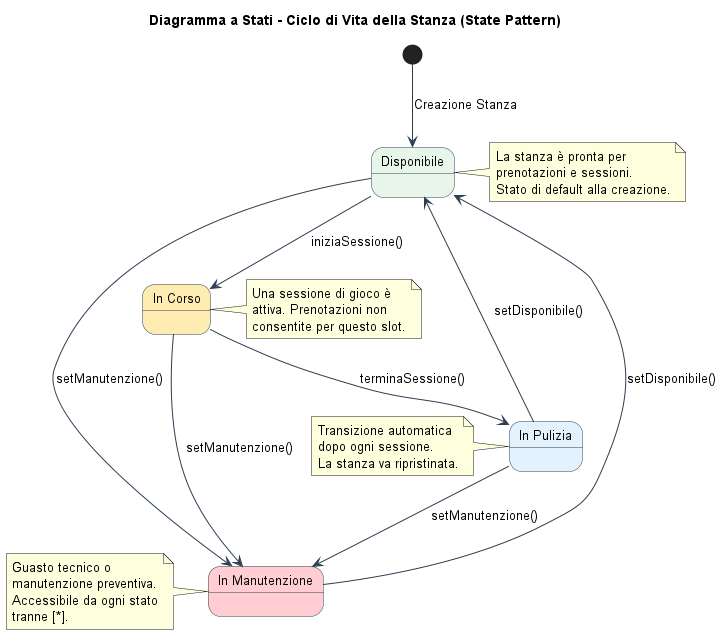
Adrycasta04/EscapeManager keeps this PlantUML diagram as LaTeX/images/state_machine_room.png. Above is the earlier version. Source of this version:
```plantuml
@startuml state_machine_room

title Diagramma a Stati - Ciclo di Vita della Stanza (State Pattern)

skinparam backgroundColor #FFFFFF
skinparam state {
    BackgroundColor #F0F4F8
    BorderColor #2C3E50
    FontSize 13
    ArrowColor #2C3E50
}

[*] --> Disponibile : Creazione Stanza

state "Disponibile" as Disponibile #E8F5E9 {
}

state "In Corso" as InCorso #FFECB3 {
}

state "In Pulizia" as InPulizia #E3F2FD {
}

state "In Manutenzione" as InManutenzione #FFCDD2 {
}

Disponibile --> InCorso : iniziaSessione()
Disponibile --> InManutenzione : setManutenzione()

InCorso --> InPulizia : terminaSessione()
InCorso --> InManutenzione : setManutenzione()

InPulizia --> Disponibile : setDisponibile()
InPulizia --> InManutenzione : setManutenzione()

InManutenzione --> Disponibile : setDisponibile()

note right of Disponibile
  La stanza è pronta per
  prenotazioni e sessioni.
  Stato di default alla creazione.
end note

note right of InCorso
  Una sessione di gioco è
  attiva. Prenotazioni non
  consentite per questo slot.
end note

note left of InPulizia
  Transizione automatica
  dopo ogni sessione.
  La stanza va ripristinata.
end note

note left of InManutenzione
  Guasto tecnico o
  manutenzione preventiva.
  Accessibile da ogni stato
  tranne [*].
end note

@enduml
```
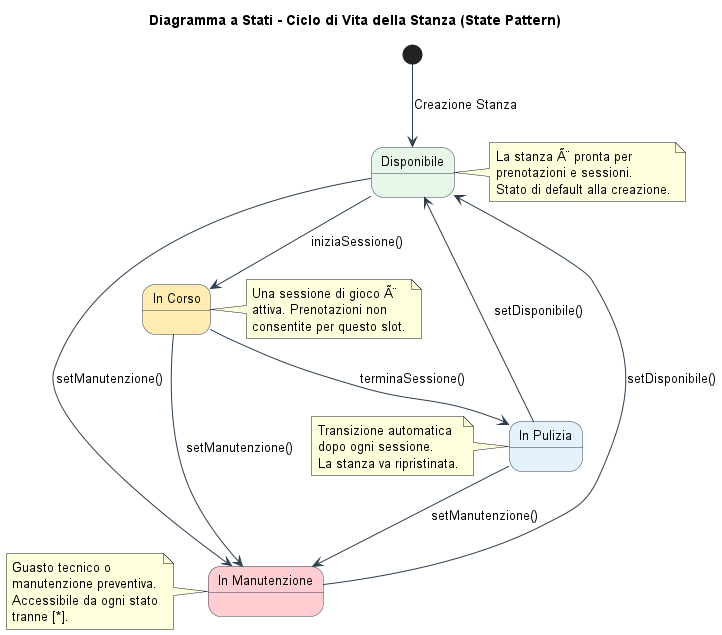
After the commit.

What changed in the source:
```diff
@@ -36,13 +36,13 @@
 InManutenzione --> Disponibile : setDisponibile()
 
 note right of Disponibile
-  La stanza è pronta per
+  La stanza Ã¨ pronta per
   prenotazioni e sessioni.
   Stato di default alla creazione.
 end note
 
 note right of InCorso
-  Una sessione di gioco è
+  Una sessione di gioco Ã¨
   attiva. Prenotazioni non
   consentite per questo slot.
 end note
```
